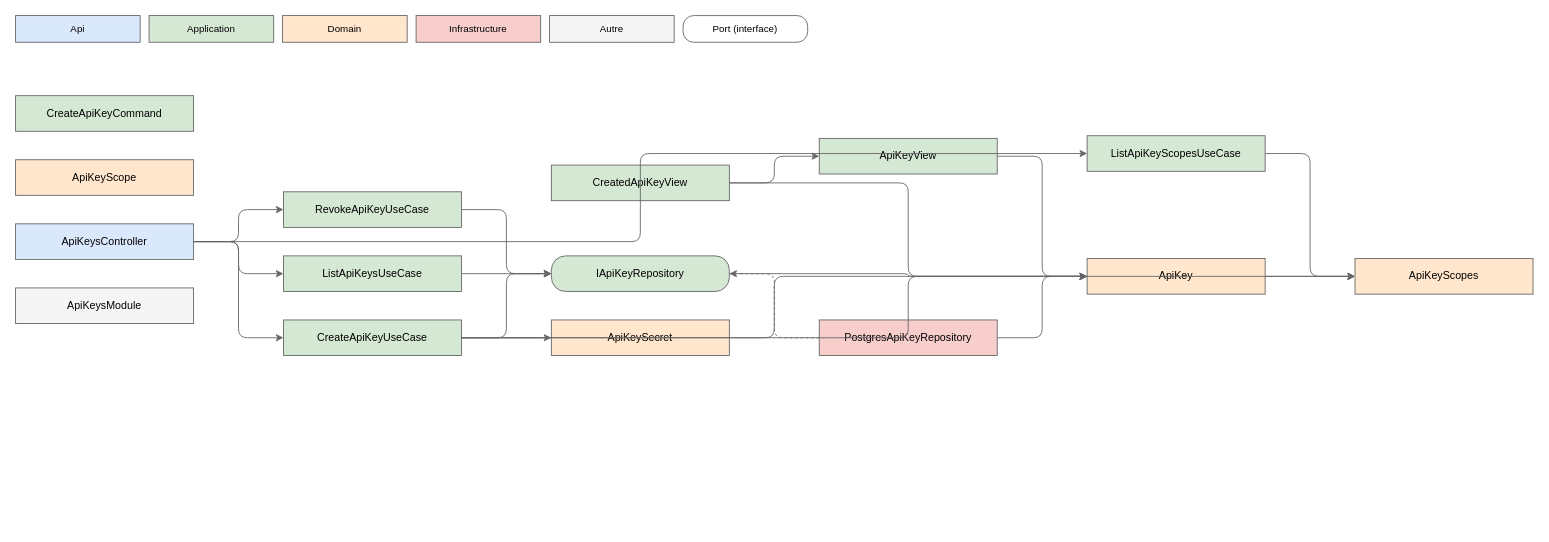
Above: api/docs/diagrams/Core/ApiKeys/apikeys.drawio in huiitre/Tools-app (draw.io), before the change. Source tidied: cells renumbered, new cells numbered last; positions are measured from the earlier drawing's top-left corner, leaving out a move shared by most shapes. Both pictures are drawn from the tidied source at 89%, with x=0, y=0 at pixel (15, 15).
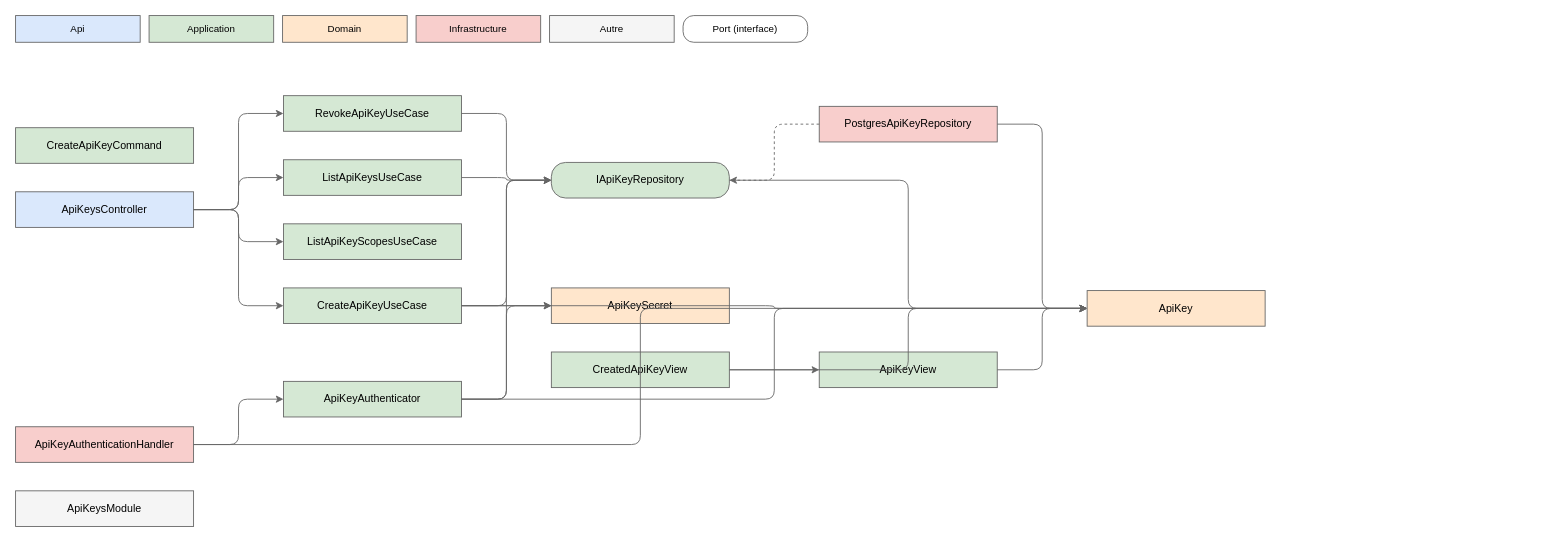
The same diagram, later.

What changed in the source:
```diff
@@
     <mxCell id="8" value="ApiKey" style="rounded=0;whiteSpace=wrap;html=1;fillColor=#ffe6cc;strokeColor=#666666;" parent="1" vertex="1">
-      <mxGeometry x="1204" y="273" width="200" height="40" as="geometry" />
+      <mxGeometry x="1204" y="309" width="200" height="40" as="geometry" />
     </mxCell>
-    <mxCell id="9" value="ApiKeyScope" style="rounded=0;whiteSpace=wrap;html=1;fillColor=#ffe6cc;strokeColor=#666666;" parent="1" vertex="1">
-      <mxGeometry y="162" width="200" height="40" as="geometry" />
-    </mxCell>
-    <mxCell id="10" value="ApiKeyScopes" style="rounded=0;whiteSpace=wrap;html=1;fillColor=#ffe6cc;strokeColor=#666666;" parent="1" vertex="1">
-      <mxGeometry x="1505" y="273" width="200" height="40" as="geometry" />
-    </mxCell>
+    <mxCell id="41" value="ApiKeyAuthenticationHandler" style="rounded=0;whiteSpace=wrap;html=1;fillColor=#f8cecc;strokeColor=#666666;" parent="1" vertex="1">
+      <mxGeometry y="462" width="200" height="40" as="geometry" />
+    </mxCell>
+    <mxCell id="42" value="ApiKeyAuthenticator" style="rounded=0;whiteSpace=wrap;html=1;fillColor=#d5e8d4;strokeColor=#666666;" parent="1" vertex="1">
+      <mxGeometry x="301" y="411" width="200" height="40" as="geometry" />
+    </mxCell>
     <mxCell id="11" value="ApiKeySecret" style="rounded=0;whiteSpace=wrap;html=1;fillColor=#ffe6cc;strokeColor=#666666;" parent="1" vertex="1">
-      <mxGeometry x="602" y="342" width="200" height="40" as="geometry" />
+      <mxGeometry x="602" y="306" width="200" height="40" as="geometry" />
     </mxCell>
     <mxCell id="12" value="ApiKeyView" style="rounded=0;whiteSpace=wrap;html=1;fillColor=#d5e8d4;strokeColor=#666666;" parent="1" vertex="1">
-      <mxGeometry x="903" y="138" width="200" height="40" as="geometry" />
+      <mxGeometry x="903" y="378" width="200" height="40" as="geometry" />
     </mxCell>
     <mxCell id="13" value="ApiKeysController" style="rounded=0;whiteSpace=wrap;html=1;fillColor=#dae8fc;strokeColor=#666666;" parent="1" vertex="1">
-      <mxGeometry y="234" width="200" height="40" as="geometry" />
+      <mxGeometry y="198" width="200" height="40" as="geometry" />
     </mxCell>
     <mxCell id="14" value="ApiKeysModule" style="rounded=0;whiteSpace=wrap;html=1;fillColor=#f5f5f5;strokeColor=#666666;" parent="1" vertex="1">
-      <mxGeometry y="306" width="200" height="40" as="geometry" />
+      <mxGeometry y="534" width="200" height="40" as="geometry" />
     </mxCell>
     <mxCell id="15" value="CreateApiKeyCommand" style="rounded=0;whiteSpace=wrap;html=1;fillColor=#d5e8d4;strokeColor=#666666;" parent="1" vertex="1">
-      <mxGeometry y="90" width="200" height="40" as="geometry" />
+      <mxGeometry y="126" width="200" height="40" as="geometry" />
     </mxCell>
     <mxCell id="16" value="CreateApiKeyUseCase" style="rounded=0;whiteSpace=wrap;html=1;fillColor=#d5e8d4;strokeColor=#666666;" parent="1" vertex="1">
-      <mxGeometry x="301" y="342" width="200" height="40" as="geometry" />
+      <mxGeometry x="301" y="306" width="200" height="40" as="geometry" />
     </mxCell>
     <mxCell id="17" value="CreatedApiKeyView" style="rounded=0;whiteSpace=wrap;html=1;fillColor=#d5e8d4;strokeColor=#666666;" parent="1" vertex="1">
-      <mxGeometry x="602" y="168" width="200" height="40" as="geometry" />
+      <mxGeometry x="602" y="378" width="200" height="40" as="geometry" />
     </mxCell>
     <mxCell id="18" value="IApiKeyRepository" style="rounded=1;arcSize=40;whiteSpace=wrap;html=1;fillColor=#d5e8d4;strokeColor=#666666;" parent="1" vertex="1">
-      <mxGeometry x="602" y="270" width="200" height="40" as="geometry" />
+      <mxGeometry x="602" y="165" width="200" height="40" as="geometry" />
     </mxCell>
     <mxCell id="19" value="ListApiKeyScopesUseCase" style="rounded=0;whiteSpace=wrap;html=1;fillColor=#d5e8d4;strokeColor=#666666;" parent="1" vertex="1">
-      <mxGeometry x="1204" y="135" width="200" height="40" as="geometry" />
+      <mxGeometry x="301" y="234" width="200" height="40" as="geometry" />
     </mxCell>
     <mxCell id="20" value="ListApiKeysUseCase" style="rounded=0;whiteSpace=wrap;html=1;fillColor=#d5e8d4;strokeColor=#666666;" parent="1" vertex="1">
-      <mxGeometry x="301" y="270" width="200" height="40" as="geometry" />
+      <mxGeometry x="301" y="162" width="200" height="40" as="geometry" />
     </mxCell>
     <mxCell id="21" value="PostgresApiKeyRepository" style="rounded=0;whiteSpace=wrap;html=1;fillColor=#f8cecc;strokeColor=#666666;" parent="1" vertex="1">
-      <mxGeometry x="903" y="342" width="200" height="40" as="geometry" />
+      <mxGeometry x="903" y="102" width="200" height="40" as="geometry" />
     </mxCell>
     <mxCell id="22" value="RevokeApiKeyUseCase" style="rounded=0;whiteSpace=wrap;html=1;fillColor=#d5e8d4;strokeColor=#666666;" parent="1" vertex="1">
-      <mxGeometry x="301" y="198" width="200" height="40" as="geometry" />
+      <mxGeometry x="301" y="90" width="200" height="40" as="geometry" />
     </mxCell>
-    <mxCell id="23" style="edgeStyle=orthogonalEdgeStyle;rounded=1;html=1;jettySize=auto;exitX=1;exitY=0.5;entryX=0;entryY=0.5;exitDx=0;exitDy=0;entryDx=0;entryDy=0;strokeColor=#666666;" parent="1" edge="1" source="8" target="10">
+    <mxCell id="23" style="edgeStyle=orthogonalEdgeStyle;rounded=1;html=1;jettySize=auto;exitX=1;exitY=0.5;entryX=0;entryY=0.5;exitDx=0;exitDy=0;entryDx=0;entryDy=0;strokeColor=#666666;" parent="1" edge="1" source="41" target="42">
       <mxGeometry relative="1" as="geometry" />
     </mxCell>
-    <mxCell id="24" style="edgeStyle=orthogonalEdgeStyle;rounded=1;html=1;jettySize=auto;exitX=1;exitY=0.5;entryX=0;entryY=0.5;exitDx=0;exitDy=0;entryDx=0;entryDy=0;strokeColor=#666666;" parent="1" edge="1" source="12" target="8">
+    <mxCell id="24" style="edgeStyle=orthogonalEdgeStyle;rounded=1;html=1;jettySize=auto;exitX=1;exitY=0.5;entryX=0;entryY=0.5;exitDx=0;exitDy=0;entryDx=0;entryDy=0;strokeColor=#666666;" parent="1" edge="1" source="41" target="8">
       <mxGeometry relative="1" as="geometry" />
     </mxCell>
-    <mxCell id="25" style="edgeStyle=orthogonalEdgeStyle;rounded=1;html=1;jettySize=auto;exitX=1;exitY=0.5;entryX=0;entryY=0.5;exitDx=0;exitDy=0;entryDx=0;entryDy=0;strokeColor=#666666;" parent="1" edge="1" source="13" target="16">
+    <mxCell id="25" style="edgeStyle=orthogonalEdgeStyle;rounded=1;html=1;jettySize=auto;exitX=1;exitY=0.5;entryX=0;entryY=0.5;exitDx=0;exitDy=0;entryDx=0;entryDy=0;strokeColor=#666666;" parent="1" edge="1" source="42" target="18">
       <mxGeometry relative="1" as="geometry" />
     </mxCell>
-    <mxCell id="26" style="edgeStyle=orthogonalEdgeStyle;rounded=1;html=1;jettySize=auto;exitX=1;exitY=0.5;entryX=0;entryY=0.5;exitDx=0;exitDy=0;entryDx=0;entryDy=0;strokeColor=#666666;" parent="1" edge="1" source="13" target="19">
+    <mxCell id="26" style="edgeStyle=orthogonalEdgeStyle;rounded=1;html=1;jettySize=auto;exitX=1;exitY=0.5;entryX=0;entryY=0.5;exitDx=0;exitDy=0;entryDx=0;entryDy=0;strokeColor=#666666;" parent="1" edge="1" source="42" target="8">
       <mxGeometry relative="1" as="geometry" />
     </mxCell>
-    <mxCell id="27" style="edgeStyle=orthogonalEdgeStyle;rounded=1;html=1;jettySize=auto;exitX=1;exitY=0.5;entryX=0;entryY=0.5;exitDx=0;exitDy=0;entryDx=0;entryDy=0;strokeColor=#666666;" parent="1" edge="1" source="13" target="20">
+    <mxCell id="27" style="edgeStyle=orthogonalEdgeStyle;rounded=1;html=1;jettySize=auto;exitX=1;exitY=0.5;entryX=0;entryY=0.5;exitDx=0;exitDy=0;entryDx=0;entryDy=0;strokeColor=#666666;" parent="1" edge="1" source="42" target="11">
       <mxGeometry relative="1" as="geometry" />
     </mxCell>
-    <mxCell id="28" style="edgeStyle=orthogonalEdgeStyle;rounded=1;html=1;jettySize=auto;exitX=1;exitY=0.5;entryX=0;entryY=0.5;exitDx=0;exitDy=0;entryDx=0;entryDy=0;strokeColor=#666666;" parent="1" edge="1" source="13" target="22">
+    <mxCell id="28" style="edgeStyle=orthogonalEdgeStyle;rounded=1;html=1;jettySize=auto;exitX=1;exitY=0.5;entryX=0;entryY=0.5;exitDx=0;exitDy=0;entryDx=0;entryDy=0;strokeColor=#666666;" parent="1" edge="1" source="12" target="8">
       <mxGeometry relative="1" as="geometry" />
     </mxCell>
-    <mxCell id="29" style="edgeStyle=orthogonalEdgeStyle;rounded=1;html=1;jettySize=auto;exitX=1;exitY=0.5;entryX=0;entryY=0.5;exitDx=0;exitDy=0;entryDx=0;entryDy=0;strokeColor=#666666;" parent="1" edge="1" source="16" target="18">
+    <mxCell id="29" style="edgeStyle=orthogonalEdgeStyle;rounded=1;html=1;jettySize=auto;exitX=1;exitY=0.5;entryX=0;entryY=0.5;exitDx=0;exitDy=0;entryDx=0;entryDy=0;strokeColor=#666666;" parent="1" edge="1" source="13" target="16">
       <mxGeometry relative="1" as="geometry" />
     </mxCell>
-    <mxCell id="30" style="edgeStyle=orthogonalEdgeStyle;rounded=1;html=1;jettySize=auto;exitX=1;exitY=0.5;entryX=0;entryY=0.5;exitDx=0;exitDy=0;entryDx=0;entryDy=0;strokeColor=#666666;" parent="1" edge="1" source="16" target="8">
+    <mxCell id="30" style="edgeStyle=orthogonalEdgeStyle;rounded=1;html=1;jettySize=auto;exitX=1;exitY=0.5;entryX=0;entryY=0.5;exitDx=0;exitDy=0;entryDx=0;entryDy=0;strokeColor=#666666;" parent="1" edge="1" source="13" target="19">
       <mxGeometry relative="1" as="geometry" />
     </mxCell>
-    <mxCell id="31" style="edgeStyle=orthogonalEdgeStyle;rounded=1;html=1;jettySize=auto;exitX=1;exitY=0.5;entryX=0;entryY=0.5;exitDx=0;exitDy=0;entryDx=0;entryDy=0;strokeColor=#666666;" parent="1" edge="1" source="16" target="10">
+    <mxCell id="31" style="edgeStyle=orthogonalEdgeStyle;rounded=1;html=1;jettySize=auto;exitX=1;exitY=0.5;entryX=0;entryY=0.5;exitDx=0;exitDy=0;entryDx=0;entryDy=0;strokeColor=#666666;" parent="1" edge="1" source="13" target="20">
       <mxGeometry relative="1" as="geometry" />
     </mxCell>
-    <mxCell id="32" style="edgeStyle=orthogonalEdgeStyle;rounded=1;html=1;jettySize=auto;exitX=1;exitY=0.5;entryX=0;entryY=0.5;exitDx=0;exitDy=0;entryDx=0;entryDy=0;strokeColor=#666666;" parent="1" edge="1" source="16" target="11">
+    <mxCell id="32" style="edgeStyle=orthogonalEdgeStyle;rounded=1;html=1;jettySize=auto;exitX=1;exitY=0.5;entryX=0;entryY=0.5;exitDx=0;exitDy=0;entryDx=0;entryDy=0;strokeColor=#666666;" parent="1" edge="1" source="13" target="22">
       <mxGeometry relative="1" as="geometry" />
     </mxCell>
-    <mxCell id="33" style="edgeStyle=orthogonalEdgeStyle;rounded=1;html=1;jettySize=auto;exitX=1;exitY=0.5;entryX=0;entryY=0.5;exitDx=0;exitDy=0;entryDx=0;entryDy=0;strokeColor=#666666;" parent="1" edge="1" source="17" target="12">
+    <mxCell id="33" style="edgeStyle=orthogonalEdgeStyle;rounded=1;html=1;jettySize=auto;exitX=1;exitY=0.5;entryX=0;entryY=0.5;exitDx=0;exitDy=0;entryDx=0;entryDy=0;strokeColor=#666666;" parent="1" edge="1" source="16" target="18">
       <mxGeometry relative="1" as="geometry" />
     </mxCell>
-    <mxCell id="34" style="edgeStyle=orthogonalEdgeStyle;rounded=1;html=1;jettySize=auto;exitX=1;exitY=0.5;entryX=0;entryY=0.5;exitDx=0;exitDy=0;entryDx=0;entryDy=0;strokeColor=#666666;" parent="1" edge="1" source="17" target="8">
+    <mxCell id="34" style="edgeStyle=orthogonalEdgeStyle;rounded=1;html=1;jettySize=auto;exitX=1;exitY=0.5;entryX=0;entryY=0.5;exitDx=0;exitDy=0;entryDx=0;entryDy=0;strokeColor=#666666;" parent="1" edge="1" source="16" target="8">
       <mxGeometry relative="1" as="geometry" />
     </mxCell>
-    <mxCell id="35" style="edgeStyle=orthogonalEdgeStyle;rounded=1;html=1;jettySize=auto;exitX=1;exitY=0.5;entryX=0;entryY=0.5;exitDx=0;exitDy=0;entryDx=0;entryDy=0;strokeColor=#666666;" parent="1" edge="1" source="18" target="8">
+    <mxCell id="35" style="edgeStyle=orthogonalEdgeStyle;rounded=1;html=1;jettySize=auto;exitX=1;exitY=0.5;entryX=0;entryY=0.5;exitDx=0;exitDy=0;entryDx=0;entryDy=0;strokeColor=#666666;" parent="1" edge="1" source="16" target="11">
       <mxGeometry relative="1" as="geometry" />
     </mxCell>
-    <mxCell id="36" style="edgeStyle=orthogonalEdgeStyle;rounded=1;html=1;jettySize=auto;exitX=1;exitY=0.5;entryX=0;entryY=0.5;exitDx=0;exitDy=0;entryDx=0;entryDy=0;strokeColor=#666666;" parent="1" edge="1" source="19" target="10">
+    <mxCell id="36" style="edgeStyle=orthogonalEdgeStyle;rounded=1;html=1;jettySize=auto;exitX=1;exitY=0.5;entryX=0;entryY=0.5;exitDx=0;exitDy=0;entryDx=0;entryDy=0;strokeColor=#666666;" parent="1" edge="1" source="17" target="12">
       <mxGeometry relative="1" as="geometry" />
     </mxCell>
-    <mxCell id="37" style="edgeStyle=orthogonalEdgeStyle;rounded=1;html=1;jettySize=auto;exitX=1;exitY=0.5;entryX=0;entryY=0.5;exitDx=0;exitDy=0;entryDx=0;entryDy=0;strokeColor=#666666;" parent="1" edge="1" source="20" target="18">
+    <mxCell id="37" style="edgeStyle=orthogonalEdgeStyle;rounded=1;html=1;jettySize=auto;exitX=1;exitY=0.5;entryX=0;entryY=0.5;exitDx=0;exitDy=0;entryDx=0;entryDy=0;strokeColor=#666666;" parent="1" edge="1" source="17" target="8">
       <mxGeometry relative="1" as="geometry" />
     </mxCell>
-    <mxCell id="38" style="edgeStyle=orthogonalEdgeStyle;rounded=1;html=1;jettySize=auto;exitX=0;exitY=0.5;entryX=1;entryY=0.5;exitDx=0;exitDy=0;entryDx=0;entryDy=0;strokeColor=#666666;dashed=1;" parent="1" edge="1" source="21" target="18">
+    <mxCell id="38" style="edgeStyle=orthogonalEdgeStyle;rounded=1;html=1;jettySize=auto;exitX=1;exitY=0.5;entryX=0;entryY=0.5;exitDx=0;exitDy=0;entryDx=0;entryDy=0;strokeColor=#666666;" parent="1" edge="1" source="18" target="8">
       <mxGeometry relative="1" as="geometry" />
     </mxCell>
-    <mxCell id="39" style="edgeStyle=orthogonalEdgeStyle;rounded=1;html=1;jettySize=auto;exitX=1;exitY=0.5;entryX=0;entryY=0.5;exitDx=0;exitDy=0;entryDx=0;entryDy=0;strokeColor=#666666;" parent="1" edge="1" source="21" target="8">
+    <mxCell id="39" style="edgeStyle=orthogonalEdgeStyle;rounded=1;html=1;jettySize=auto;exitX=1;exitY=0.5;entryX=0;entryY=0.5;exitDx=0;exitDy=0;entryDx=0;entryDy=0;strokeColor=#666666;" parent="1" edge="1" source="20" target="18">
       <mxGeometry relative="1" as="geometry" />
     </mxCell>
-    <mxCell id="40" style="edgeStyle=orthogonalEdgeStyle;rounded=1;html=1;jettySize=auto;exitX=1;exitY=0.5;entryX=0;entryY=0.5;exitDx=0;exitDy=0;entryDx=0;entryDy=0;strokeColor=#666666;" parent="1" edge="1" source="22" target="18">
+    <mxCell id="40" style="edgeStyle=orthogonalEdgeStyle;rounded=1;html=1;jettySize=auto;exitX=0;exitY=0.5;entryX=1;entryY=0.5;exitDx=0;exitDy=0;entryDx=0;entryDy=0;strokeColor=#666666;dashed=1;" parent="1" edge="1" source="21" target="18">
       <mxGeometry relative="1" as="geometry" />
     </mxCell>
+    <mxCell id="43" style="edgeStyle=orthogonalEdgeStyle;rounded=1;html=1;jettySize=auto;exitX=1;exitY=0.5;entryX=0;entryY=0.5;exitDx=0;exitDy=0;entryDx=0;entryDy=0;strokeColor=#666666;" parent="1" edge="1" source="21" target="8">
+      <mxGeometry relative="1" as="geometry" />
+    </mxCell>
+    <mxCell id="44" style="edgeStyle=orthogonalEdgeStyle;rounded=1;html=1;jettySize=auto;exitX=1;exitY=0.5;entryX=0;entryY=0.5;exitDx=0;exitDy=0;entryDx=0;entryDy=0;strokeColor=#666666;" parent="1" edge="1" source="22" target="18">
+      <mxGeometry relative="1" as="geometry" />
+    </mxCell>
```
